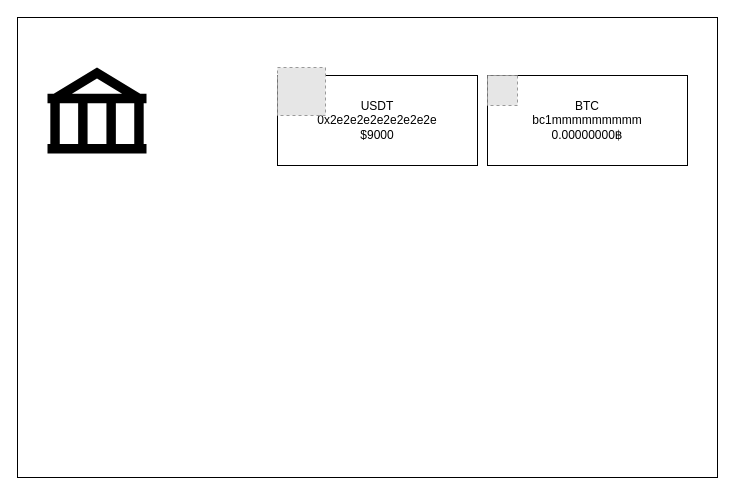
ZenulAbidin/drawio keeps this draw.io diagram as Untitled Diagram.drawio. Above is the earlier version. Source tidied: cells renumbered, new cells numbered last; positions are measured from the earlier drawing's top-left corner, leaving out a move shared by most shapes. Both pictures are drawn from the tidied source at 100%, with x=0, y=0 at pixel (17, 17). Pictures stored in the file or linked from it are replaced by grey dashed boxes.
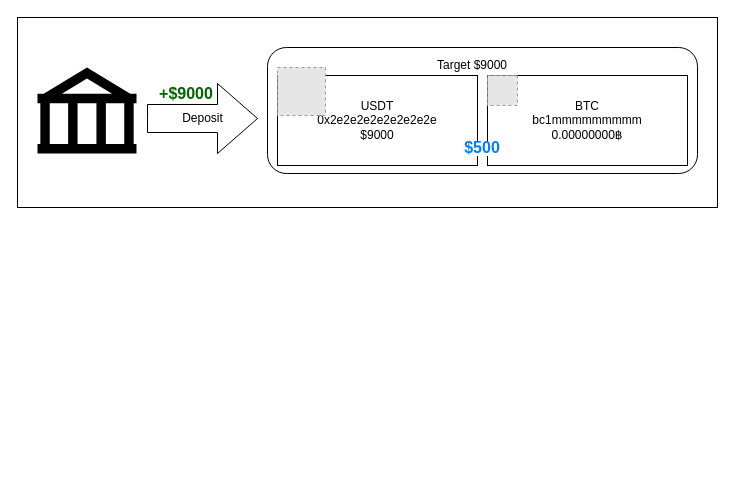
Above is the later version.

Change to the diagram source:
```diff
@@
 <mxGraphModel>
   <root>
     <mxCell id="0" />
     <mxCell id="1" parent="0" />
     <mxCell id="2" style="rounded=0;whiteSpace=wrap;html=1;" parent="1" vertex="1">
-      <mxGeometry width="700" height="460" as="geometry" />
+      <mxGeometry width="700" height="190" as="geometry" />
     </mxCell>
     <mxCell id="3" style="shape=mxgraph.signs.travel.bank;html=1;fillColor=#000000;strokeColor=none;verticalLabelPosition=bottom;verticalAlign=top;align=center;" parent="1" vertex="1">
-      <mxGeometry x="30" y="50" width="99" height="86" as="geometry" />
+      <mxGeometry x="20" y="50" width="99" height="86" as="geometry" />
     </mxCell>
+    <mxCell id="8" value="Deposit" style="html=1;shadow=0;dashed=0;align=center;verticalAlign=middle;shape=mxgraph.arrows2.arrow;dy=0.6;dx=40;notch=0;" parent="1" vertex="1">
+      <mxGeometry x="130" y="66" width="110" height="70" as="geometry" />
+    </mxCell>
+    <mxCell id="9" style="rounded=1;whiteSpace=wrap;html=1;" parent="1" vertex="1">
+      <mxGeometry x="250" y="30" width="430" height="126" as="geometry" />
+    </mxCell>
     <mxCell id="4" value="&lt;div&gt;USDT&lt;/div&gt;&lt;div&gt;0x2e2e2e2e2e2e2e2e&lt;/div&gt;&lt;div&gt;$9000&lt;br&gt;&lt;/div&gt;" style="rounded=0;whiteSpace=wrap;html=1;" parent="1" vertex="1">
       <mxGeometry x="260" y="58" width="200" height="90" as="geometry" />
     </mxCell>
     <mxCell id="5" style="fillColor=#E6E6E6;strokeColor=#999999;dashed=1;html=1;verticalAlign=top;verticalLabelPosition=bottom;labelBackgroundColor=#ffffff;" parent="1" vertex="1">
       <mxGeometry x="260" y="50" width="48" height="48" as="geometry" />
     </mxCell>
     <mxCell id="6" value="&lt;div&gt;BTC&lt;br&gt;&lt;/div&gt;&lt;div&gt;bc1mmmmmmmmm&lt;/div&gt;&lt;div&gt;0.00000000฿&lt;br&gt;&lt;/div&gt;" style="rounded=0;whiteSpace=wrap;html=1;" parent="1" vertex="1">
       <mxGeometry x="470" y="58" width="200" height="90" as="geometry" />
     </mxCell>
     <mxCell id="7" style="fillColor=#E6E6E6;strokeColor=#999999;dashed=1;html=1;verticalAlign=top;verticalLabelPosition=bottom;labelBackgroundColor=#ffffff;" parent="1" vertex="1">
       <mxGeometry x="470" y="58" width="30" height="30" as="geometry" />
     </mxCell>
+    <mxCell id="10" value="Target $9000" style="text;html=1;strokeColor=none;fillColor=none;align=center;verticalAlign=middle;whiteSpace=wrap;rounded=0;" parent="1" vertex="1">
+      <mxGeometry x="350" y="38" width="210" height="20" as="geometry" />
+    </mxCell>
+    <mxCell id="11" value="&lt;span style=&quot;background-color: rgb(255 , 255 , 255)&quot;&gt;&lt;font style=&quot;font-size: 16px&quot; color=&quot;#007FFF&quot;&gt;&lt;b&gt;$500&lt;/b&gt;&lt;/font&gt;&lt;/span&gt;" style="text;html=1;strokeColor=none;fillColor=none;align=center;verticalAlign=middle;whiteSpace=wrap;rounded=0;" parent="1" vertex="1">
+      <mxGeometry x="416.2" y="112" width="97.5" height="36" as="geometry" />
+    </mxCell>
+    <mxCell id="12" value="&lt;font style=&quot;font-size: 16px&quot;&gt;&lt;b&gt;&lt;font style=&quot;font-size: 16px&quot; color=&quot;#006600&quot;&gt;+$9000&lt;/font&gt;&lt;/b&gt;&lt;/font&gt;" style="text;html=1;strokeColor=none;fillColor=none;align=center;verticalAlign=middle;whiteSpace=wrap;rounded=0;" parent="1" vertex="1">
+      <mxGeometry x="120" y="58" width="97.5" height="36" as="geometry" />
+    </mxCell>
   </root>
 </mxGraphModel>
```
